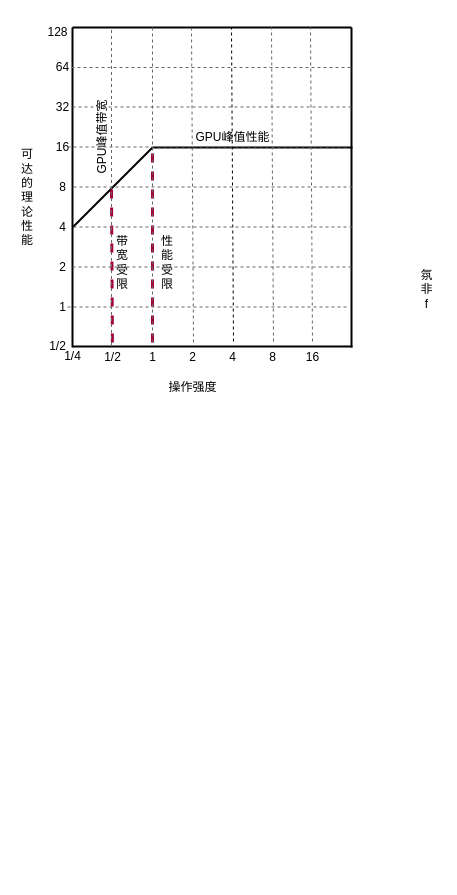
This is page "Page-1" (1 of 4) of Untitled Diagram.drawio from liuyifeng123321/worker, a draw.io file, before an edit. Source tidied: cells renumbered, new cells numbered last; positions are measured from the earlier drawing's top-left corner, leaving out a move shared by most shapes. Both pictures are drawn from the tidied source at 100%, with x=0, y=0 at pixel (17, 17).
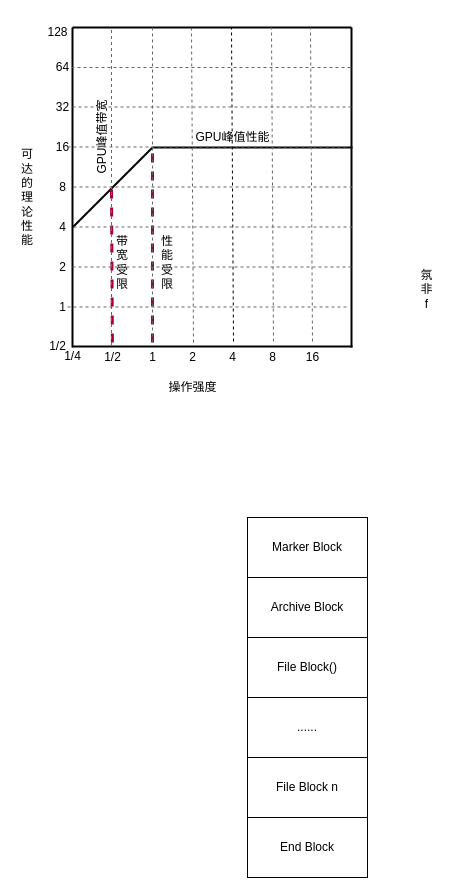
After the change.

Diff of the diagram source:
```diff
@@
+    <mxCell id="46" value="Marker Block" style="rounded=0;whiteSpace=wrap;html=1;" parent="1" vertex="1">
+      <mxGeometry x="230" y="500" width="120" height="60" as="geometry" />
+    </mxCell>
+    <mxCell id="47" value="Archive Block" style="rounded=0;whiteSpace=wrap;html=1;" parent="1" vertex="1">
+      <mxGeometry x="230" y="560" width="120" height="60" as="geometry" />
+    </mxCell>
+    <mxCell id="48" value="File Block()" style="rounded=0;whiteSpace=wrap;html=1;" parent="1" vertex="1">
+      <mxGeometry x="230" y="620" width="120" height="60" as="geometry" />
+    </mxCell>
+    <mxCell id="49" value="......" style="rounded=0;whiteSpace=wrap;html=1;" parent="1" vertex="1">
+      <mxGeometry x="230" y="680" width="120" height="60" as="geometry" />
+    </mxCell>
+    <mxCell id="50" value="File Block n" style="rounded=0;whiteSpace=wrap;html=1;" parent="1" vertex="1">
+      <mxGeometry x="230" y="740" width="120" height="60" as="geometry" />
+    </mxCell>
+    <mxCell id="51" value="End Block" style="rounded=0;whiteSpace=wrap;html=1;" parent="1" vertex="1">
+      <mxGeometry x="230" y="800" width="120" height="60" as="geometry" />
+    </mxCell>
```
